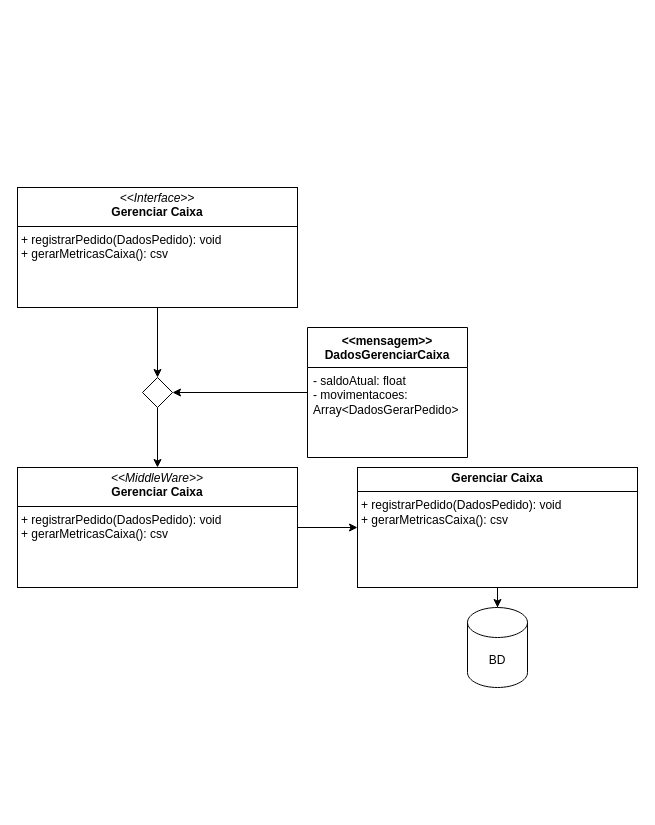
WolWolffz/ThuderBass_Stock keeps this draw.io diagram as design/UMLGerenciarCaixa.drawio. Above is the earlier version. Source tidied: cells renumbered, new cells numbered last; positions are measured from the earlier drawing's top-left corner, leaving out a move shared by most shapes. Both pictures are drawn from the tidied source at 100%, with x=0, y=0 at pixel (17, 187).
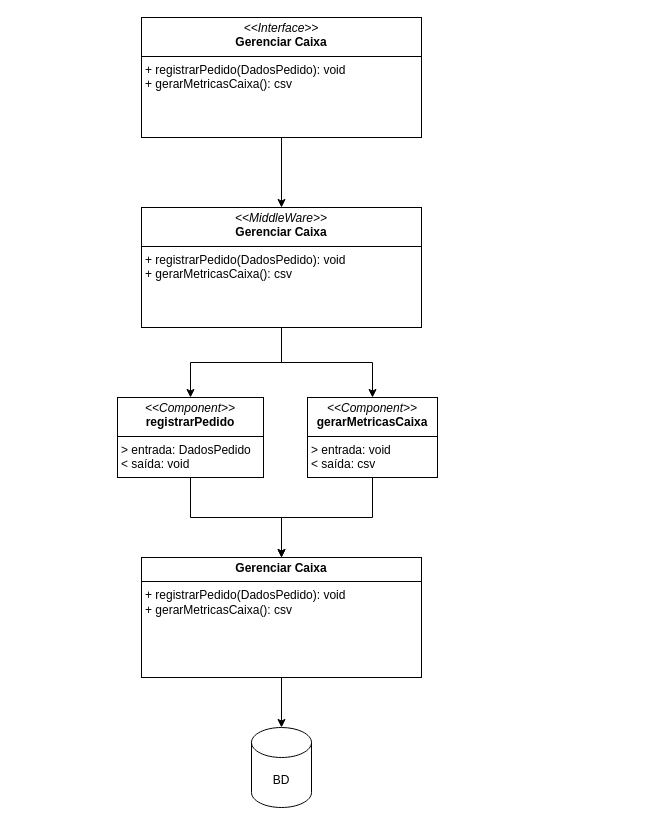
The same page after the edit.

What changed in the source:
```diff
@@
 <mxGraphModel>
   <root>
     <mxCell id="0" />
     <mxCell id="1" parent="0" />
-    <mxCell id="2" style="edgeStyle=orthogonalEdgeStyle;rounded=0;jettySize=auto;html=1;exitX=0.5;exitY=1;exitDx=0;exitDy=0;entryX=0.5;entryY=0;entryDx=0;entryDy=0;" parent="1" edge="1" source="3" target="8">
-      <mxGeometry relative="1" as="geometry" />
-    </mxCell>
+    <mxCell id="14" style="edgeStyle=orthogonalEdgeStyle;rounded=0;jettySize=auto;html=1;exitX=0.5;exitY=1;exitDx=0;exitDy=0;entryX=0.5;entryY=0;entryDx=0;entryDy=0;" parent="1" edge="1" source="3" target="10">
+      <mxGeometry relative="1" as="geometry" />
+    </mxCell>
     <mxCell id="3" value="&lt;p style=&quot;margin:0px;margin-top:4px;text-align:center;&quot;&gt;&lt;i&gt;&amp;lt;&amp;lt;Interface&amp;gt;&amp;gt;&lt;/i&gt;&lt;br&gt;&lt;b&gt;Gerenciar Caixa&lt;/b&gt;&lt;/p&gt;&lt;hr size=&quot;1&quot; style=&quot;border-style:solid;&quot;&gt;&lt;p style=&quot;margin:0px;margin-left:4px;&quot;&gt;+ registrarPedido(DadosPedido): void&lt;/p&gt;&lt;p style=&quot;margin:0px;margin-left:4px;&quot;&gt;+ gerarMetricasCaixa(): csv&lt;/p&gt;" style="verticalAlign=top;align=left;overflow=fill;html=1;whiteSpace=wrap;" parent="1" vertex="1">
-      <mxGeometry width="280" height="120" as="geometry" />
+      <mxGeometry x="124" y="-170" width="280" height="120" as="geometry" />
     </mxCell>
-    <mxCell id="4" style="edgeStyle=orthogonalEdgeStyle;rounded=0;jettySize=auto;html=1;entryX=1;entryY=0.5;entryDx=0;entryDy=0;" parent="1" edge="1" source="5" target="8">
-      <mxGeometry relative="1" as="geometry" />
-    </mxCell>
-    <mxCell id="5" value="&amp;lt;&amp;lt;mensagem&amp;gt;&amp;gt;&lt;div&gt;DadosGerenciarCaixa&lt;/div&gt;" style="swimlane;fontStyle=1;align=center;verticalAlign=top;horizontal=1;startSize=40;whiteSpace=wrap;html=1;" parent="1" vertex="1">
-      <mxGeometry x="290" y="140" width="160" height="130" as="geometry" />
-    </mxCell>
-    <mxCell id="6" value="- saldoAtual: float&lt;div&gt;- movimentacoes: Array&amp;lt;DadosGerarPedido&amp;gt;&lt;/div&gt;" style="text;strokeColor=none;fillColor=none;align=left;verticalAlign=top;spacingLeft=4;spacingRight=4;overflow=hidden;whiteSpace=wrap;html=1;" parent="5" vertex="1">
-      <mxGeometry y="40" width="160" height="90" as="geometry" />
-    </mxCell>
-    <mxCell id="7" style="edgeStyle=orthogonalEdgeStyle;rounded=0;jettySize=auto;html=1;" parent="1" edge="1" source="8" target="10">
-      <mxGeometry relative="1" as="geometry" />
-    </mxCell>
-    <mxCell id="8" style="rhombus;whiteSpace=wrap;html=1;" parent="1" vertex="1">
-      <mxGeometry x="125" y="190" width="30" height="30" as="geometry" />
-    </mxCell>
-    <mxCell id="9" style="edgeStyle=orthogonalEdgeStyle;rounded=0;jettySize=auto;html=1;exitX=1;exitY=0.5;exitDx=0;exitDy=0;" parent="1" edge="1" source="10" target="12">
-      <mxGeometry relative="1" as="geometry" />
-    </mxCell>
+    <mxCell id="15" style="edgeStyle=orthogonalEdgeStyle;rounded=0;jettySize=auto;html=1;exitX=0.5;exitY=1;exitDx=0;exitDy=0;entryX=0.5;entryY=0;entryDx=0;entryDy=0;" parent="1" edge="1" source="10" target="18">
+      <mxGeometry relative="1" as="geometry" />
+    </mxCell>
+    <mxCell id="16" style="edgeStyle=orthogonalEdgeStyle;rounded=0;jettySize=auto;html=1;exitX=0.5;exitY=1;exitDx=0;exitDy=0;entryX=0.5;entryY=0;entryDx=0;entryDy=0;" parent="1" edge="1" source="10" target="20">
+      <mxGeometry relative="1" as="geometry" />
+    </mxCell>
     <mxCell id="10" value="&lt;p style=&quot;margin:0px;margin-top:4px;text-align:center;&quot;&gt;&lt;i&gt;&amp;lt;&amp;lt;MiddleWare&amp;gt;&amp;gt;&lt;/i&gt;&lt;br&gt;&lt;b&gt;Gerenciar Caixa&lt;/b&gt;&lt;/p&gt;&lt;hr size=&quot;1&quot; style=&quot;border-style:solid;&quot;&gt;&lt;p style=&quot;margin:0px;margin-left:4px;&quot;&gt;+ registrarPedido(DadosPedido): void&lt;/p&gt;&lt;p style=&quot;margin:0px;margin-left:4px;&quot;&gt;+ gerarMetricasCaixa(): csv&lt;/p&gt;" style="verticalAlign=top;align=left;overflow=fill;html=1;whiteSpace=wrap;" parent="1" vertex="1">
-      <mxGeometry y="280" width="280" height="120" as="geometry" />
+      <mxGeometry x="124" y="20" width="280" height="120" as="geometry" />
     </mxCell>
     <mxCell id="11" style="edgeStyle=orthogonalEdgeStyle;rounded=0;jettySize=auto;html=1;exitX=0.5;exitY=1;exitDx=0;exitDy=0;" parent="1" edge="1" source="12" target="13">
       <mxGeometry relative="1" as="geometry" />
     </mxCell>
     <mxCell id="12" value="&lt;p style=&quot;margin:0px;margin-top:4px;text-align:center;&quot;&gt;&lt;b&gt;Gerenciar Caixa&lt;/b&gt;&lt;/p&gt;&lt;hr size=&quot;1&quot; style=&quot;border-style:solid;&quot;&gt;&lt;p style=&quot;margin:0px;margin-left:4px;&quot;&gt;+ registrarPedido(DadosPedido): void&lt;/p&gt;&lt;p style=&quot;margin:0px;margin-left:4px;&quot;&gt;+ gerarMetricasCaixa(): csv&lt;/p&gt;" style="verticalAlign=top;align=left;overflow=fill;html=1;whiteSpace=wrap;" parent="1" vertex="1">
-      <mxGeometry x="340" y="280" width="280" height="120" as="geometry" />
+      <mxGeometry x="124" y="370" width="280" height="120" as="geometry" />
     </mxCell>
     <mxCell id="13" value="BD" style="shape=cylinder3;whiteSpace=wrap;html=1;boundedLbl=1;backgroundOutline=1;size=15;" parent="1" vertex="1">
-      <mxGeometry x="450" y="420" width="60" height="80" as="geometry" />
+      <mxGeometry x="234" y="540" width="60" height="80" as="geometry" />
     </mxCell>
+    <mxCell id="17" style="edgeStyle=orthogonalEdgeStyle;rounded=0;jettySize=auto;html=1;exitX=0.5;exitY=1;exitDx=0;exitDy=0;entryX=0.5;entryY=0;entryDx=0;entryDy=0;" parent="1" edge="1" source="18" target="12">
+      <mxGeometry relative="1" as="geometry" />
+    </mxCell>
+    <mxCell id="18" value="&lt;p style=&quot;margin:0px;margin-top:4px;text-align:center;&quot;&gt;&lt;i&gt;&amp;lt;&amp;lt;Component&amp;gt;&amp;gt;&lt;/i&gt;&lt;br&gt;&lt;b&gt;registrarPedido&lt;/b&gt;&lt;/p&gt;&lt;hr size=&quot;1&quot; style=&quot;border-style:solid;&quot;&gt;&lt;p style=&quot;margin:0px;margin-left:4px;&quot;&gt;&amp;gt; entrada: DadosPedido&lt;/p&gt;&lt;p style=&quot;margin:0px;margin-left:4px;&quot;&gt;&amp;lt; saída: void&lt;/p&gt;" style="verticalAlign=top;align=left;overflow=fill;html=1;whiteSpace=wrap;" parent="1" vertex="1">
+      <mxGeometry x="100" y="210" width="146" height="80" as="geometry" />
+    </mxCell>
+    <mxCell id="19" style="edgeStyle=orthogonalEdgeStyle;rounded=0;jettySize=auto;html=1;exitX=0.5;exitY=1;exitDx=0;exitDy=0;" parent="1" edge="1" source="20" target="12">
+      <mxGeometry relative="1" as="geometry" />
+    </mxCell>
+    <mxCell id="20" value="&lt;p style=&quot;margin:0px;margin-top:4px;text-align:center;&quot;&gt;&lt;i&gt;&amp;lt;&amp;lt;Component&amp;gt;&amp;gt;&lt;/i&gt;&lt;br&gt;&lt;b&gt;gerarMetricasCaixa&lt;/b&gt;&lt;/p&gt;&lt;hr size=&quot;1&quot; style=&quot;border-style:solid;&quot;&gt;&lt;p style=&quot;margin:0px;margin-left:4px;&quot;&gt;&lt;span style=&quot;background-color: initial;&quot;&gt;&amp;gt; entrada: void&lt;/span&gt;&lt;br&gt;&lt;/p&gt;&lt;p style=&quot;margin:0px;margin-left:4px;&quot;&gt;&lt;span style=&quot;background-color: initial;&quot;&gt;&amp;lt; saída: csv&lt;/span&gt;&lt;/p&gt;" style="verticalAlign=top;align=left;overflow=fill;html=1;whiteSpace=wrap;" parent="1" vertex="1">
+      <mxGeometry x="290" y="210" width="130" height="80" as="geometry" />
+    </mxCell>
   </root>
 </mxGraphModel>
```
